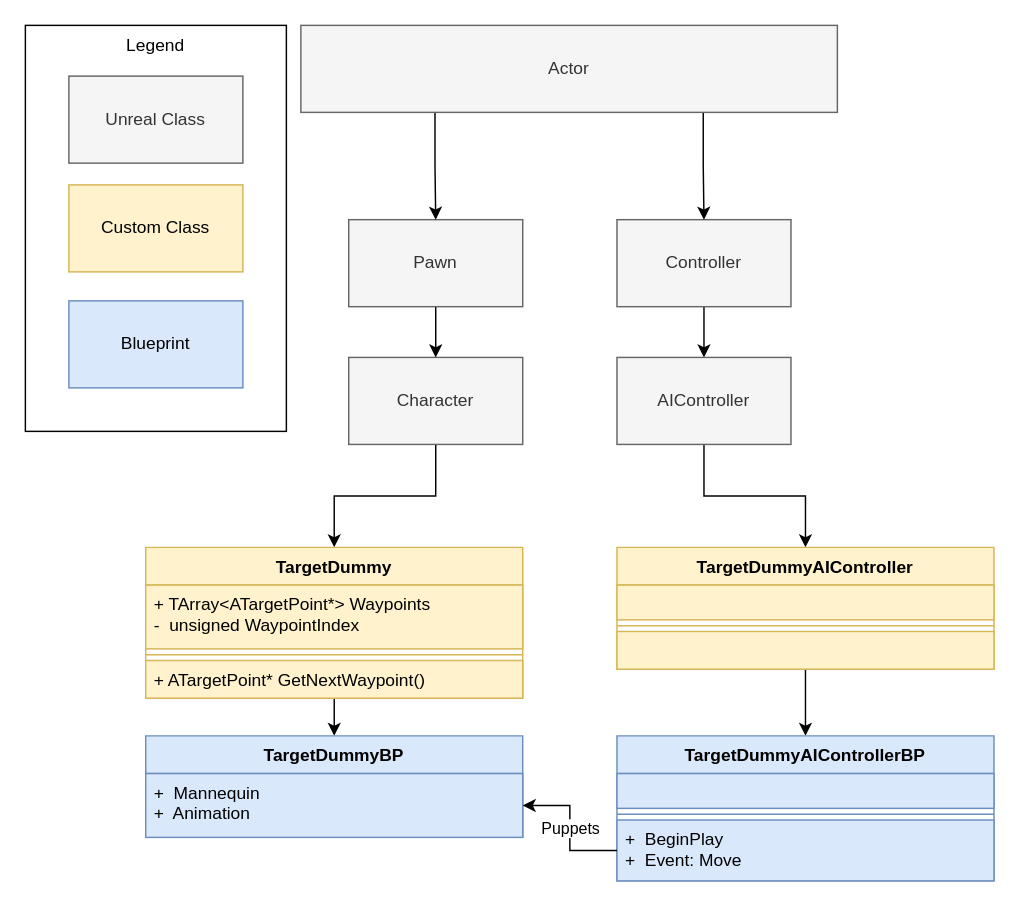
The draw.io diagram UnityDemo.drawio in UCF-CAP-4053/UnityDemo, before the edit. Source tidied: cells renumbered, new cells numbered last; positions are measured from the earlier drawing's top-left corner, leaving out a move shared by most shapes. Both pictures are drawn from the tidied source at 145%, with x=0, y=0 at pixel (25, 25).
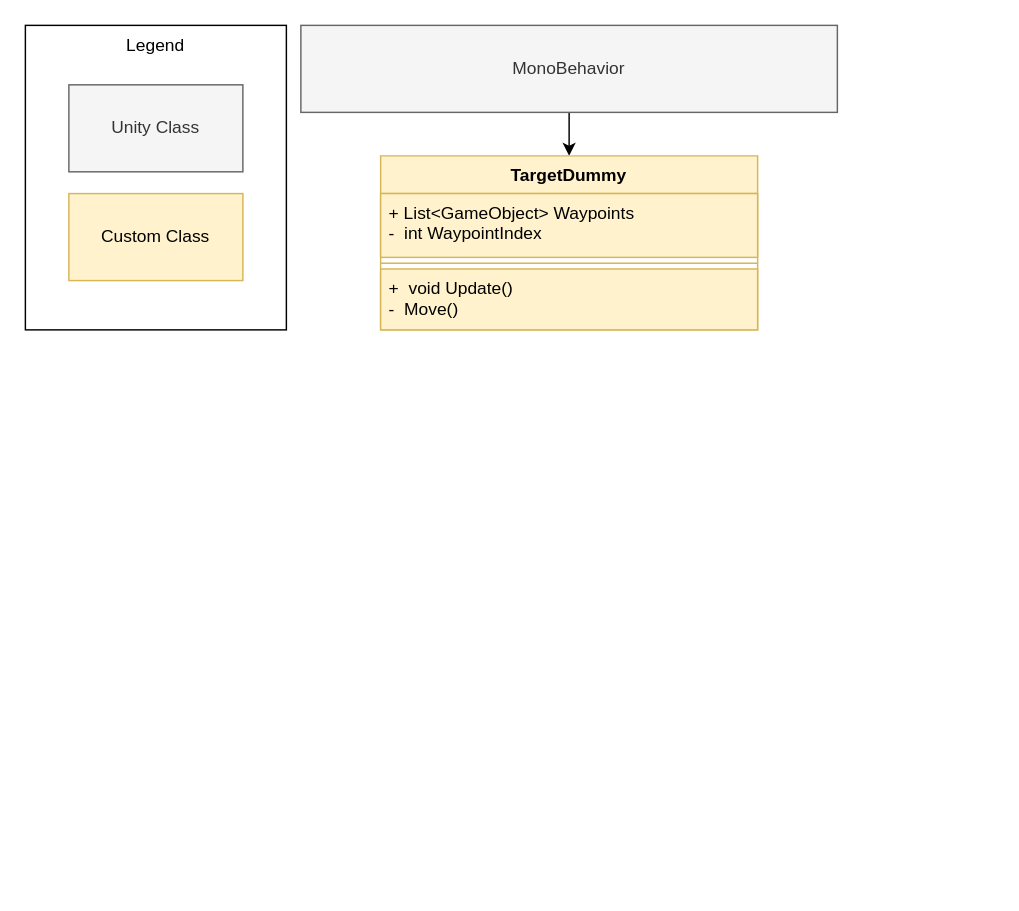
After the change.

Commit message (it also covers changes not shown here):
Add unity demo diagram

The edit, as a diff of the source:
```diff
@@
-    <mxCell id="2" style="edgeStyle=orthogonalEdgeStyle;rounded=0;jettySize=auto;html=1;exitX=0.5;exitY=1;exitDx=0;exitDy=0;entryX=0.5;entryY=0;entryDx=0;entryDy=0;" parent="1" edge="1" source="3" target="18">
-      <mxGeometry relative="1" as="geometry" />
-    </mxCell>
-    <mxCell id="3" value="Character" style="rounded=0;whiteSpace=wrap;html=1;fillColor=#f5f5f5;strokeColor=#666666;fontColor=#333333;" parent="1" vertex="1">
-      <mxGeometry x="223" y="229" width="120" height="60" as="geometry" />
-    </mxCell>
-    <mxCell id="4" style="edgeStyle=orthogonalEdgeStyle;rounded=0;jettySize=auto;html=1;exitX=0.5;exitY=1;exitDx=0;exitDy=0;entryX=0.5;entryY=0;entryDx=0;entryDy=0;" parent="1" edge="1" source="5" target="16">
-      <mxGeometry relative="1" as="geometry" />
-    </mxCell>
-    <mxCell id="5" value="Controller" style="rounded=0;whiteSpace=wrap;html=1;fillColor=#f5f5f5;strokeColor=#666666;fontColor=#333333;" parent="1" vertex="1">
-      <mxGeometry x="408" y="134" width="120" height="60" as="geometry" />
-    </mxCell>
     <mxCell id="6" value="Legend" style="rounded=0;whiteSpace=wrap;html=1;verticalAlign=top;" parent="1" vertex="1">
-      <mxGeometry width="180" height="280" as="geometry" />
+      <mxGeometry width="180" height="210" as="geometry" />
     </mxCell>
-    <mxCell id="7" value="Unreal Class" style="rounded=0;whiteSpace=wrap;html=1;fillColor=#f5f5f5;strokeColor=#666666;fontColor=#333333;" parent="1" vertex="1">
-      <mxGeometry x="30" y="35" width="120" height="60" as="geometry" />
+    <mxCell id="7" value="Unity Class" style="rounded=0;whiteSpace=wrap;html=1;fillColor=#f5f5f5;strokeColor=#666666;fontColor=#333333;" parent="1" vertex="1">
+      <mxGeometry x="30" y="41" width="120" height="60" as="geometry" />
     </mxCell>
     <mxCell id="8" value="Custom Class" style="rounded=0;whiteSpace=wrap;html=1;fillColor=#fff2cc;strokeColor=#d6b656;" parent="1" vertex="1">
-      <mxGeometry x="30" y="110" width="120" height="60" as="geometry" />
+      <mxGeometry x="30" y="116" width="120" height="60" as="geometry" />
     </mxCell>
-    <mxCell id="9" value="Blueprint" style="rounded=0;whiteSpace=wrap;html=1;fillColor=#dae8fc;strokeColor=#6c8ebf;" parent="1" vertex="1">
-      <mxGeometry x="30" y="190" width="120" height="60" as="geometry" />
-    </mxCell>
-    <mxCell id="10" style="edgeStyle=orthogonalEdgeStyle;rounded=0;jettySize=auto;html=1;exitX=0.5;exitY=1;exitDx=0;exitDy=0;entryX=0.5;entryY=0;entryDx=0;entryDy=0;" parent="1" edge="1" source="11" target="3">
-      <mxGeometry relative="1" as="geometry" />
-    </mxCell>
-    <mxCell id="11" value="Pawn" style="rounded=0;whiteSpace=wrap;html=1;fillColor=#f5f5f5;strokeColor=#666666;fontColor=#333333;" parent="1" vertex="1">
-      <mxGeometry x="223" y="134" width="120" height="60" as="geometry" />
-    </mxCell>
-    <mxCell id="12" style="edgeStyle=orthogonalEdgeStyle;rounded=0;jettySize=auto;html=1;exitX=0.25;exitY=1;exitDx=0;exitDy=0;entryX=0.5;entryY=0;entryDx=0;entryDy=0;" parent="1" edge="1" source="14" target="11">
-      <mxGeometry relative="1" as="geometry" />
-    </mxCell>
-    <mxCell id="13" style="edgeStyle=orthogonalEdgeStyle;rounded=0;jettySize=auto;html=1;exitX=0.75;exitY=1;exitDx=0;exitDy=0;entryX=0.5;entryY=0;entryDx=0;entryDy=0;" parent="1" edge="1" source="14" target="5">
-      <mxGeometry relative="1" as="geometry" />
-    </mxCell>
+    <mxCell id="34" style="edgeStyle=orthogonalEdgeStyle;rounded=0;jettySize=auto;html=1;exitX=0.5;exitY=1;exitDx=0;exitDy=0;entryX=0.5;entryY=0;entryDx=0;entryDy=0;" parent="1" edge="1" source="14" target="18">
+      <mxGeometry relative="1" as="geometry" />
+    </mxCell>
-    <mxCell id="14" value="Actor" style="rounded=0;whiteSpace=wrap;html=1;fillColor=#f5f5f5;strokeColor=#666666;fontColor=#333333;" parent="1" vertex="1">
+    <mxCell id="14" value="MonoBehavior" style="rounded=0;whiteSpace=wrap;html=1;fillColor=#f5f5f5;strokeColor=#666666;fontColor=#333333;" parent="1" vertex="1">
       <mxGeometry x="190" width="370" height="60" as="geometry" />
     </mxCell>
-    <mxCell id="15" style="edgeStyle=orthogonalEdgeStyle;rounded=0;jettySize=auto;html=1;exitX=0.5;exitY=1;exitDx=0;exitDy=0;entryX=0.5;entryY=0;entryDx=0;entryDy=0;" parent="1" edge="1" source="16" target="25">
-      <mxGeometry relative="1" as="geometry" />
-    </mxCell>
-    <mxCell id="16" value="AIController" style="rounded=0;whiteSpace=wrap;html=1;fillColor=#f5f5f5;strokeColor=#666666;fontColor=#333333;" parent="1" vertex="1">
-      <mxGeometry x="408" y="229" width="120" height="60" as="geometry" />
-    </mxCell>
-    <mxCell id="17" style="edgeStyle=orthogonalEdgeStyle;rounded=0;jettySize=auto;html=1;exitX=0.5;exitY=1;exitDx=0;exitDy=0;entryX=0.5;entryY=0;entryDx=0;entryDy=0;" parent="1" edge="1" source="18" target="22">
-      <mxGeometry relative="1" as="geometry" />
-    </mxCell>
     <mxCell id="18" value="TargetDummy" style="swimlane;fontStyle=1;align=center;verticalAlign=top;horizontal=1;startSize=26;fillColor=#fff2cc;strokeColor=#d6b656;" parent="1" vertex="1">
-      <mxGeometry x="83" y="360" width="260" height="104" as="geometry" />
+      <mxGeometry x="245" y="90" width="260" height="120" as="geometry" />
     </mxCell>
-    <mxCell id="19" value="+ TArray&lt;ATargetPoint*&gt; Waypoints&#10;-  unsigned WaypointIndex" style="text;strokeColor=#d6b656;fillColor=#fff2cc;align=left;verticalAlign=top;spacingLeft=4;spacingRight=4;overflow=hidden;" parent="18" vertex="1">
-      <mxGeometry y="26" width="260" height="44" as="geometry" />
-    </mxCell>
+    <mxCell id="35" value="+ List&lt;GameObject&gt; Waypoints&#10;-  int WaypointIndex" style="text;strokeColor=#d6b656;fillColor=#fff2cc;align=left;verticalAlign=top;spacingLeft=4;spacingRight=4;overflow=hidden;" parent="18" vertex="1">
+      <mxGeometry y="26" width="260" height="44" as="geometry" />
+    </mxCell>
@@
-    <mxCell id="21" value="+ ATargetPoint* GetNextWaypoint()" style="text;strokeColor=#d6b656;fillColor=#fff2cc;align=left;verticalAlign=top;spacingLeft=4;spacingRight=4;overflow=hidden;" parent="18" vertex="1">
-      <mxGeometry y="78" width="260" height="26" as="geometry" />
-    </mxCell>
-    <mxCell id="22" value="TargetDummyBP" style="swimlane;fontStyle=1;align=center;verticalAlign=top;horizontal=1;startSize=26;fillColor=#dae8fc;strokeColor=#6c8ebf;" parent="1" vertex="1">
-      <mxGeometry x="83" y="490" width="260" height="70" as="geometry" />
-    </mxCell>
-    <mxCell id="23" value="+  Mannequin&#10;+  Animation&#10;" style="text;strokeColor=#6c8ebf;fillColor=#dae8fc;align=left;verticalAlign=top;spacingLeft=4;spacingRight=4;overflow=hidden;points=[[0,0.5],[1,0.5]];portConstraint=eastwest;" parent="22" vertex="1">
-      <mxGeometry y="26" width="260" height="44" as="geometry" />
-    </mxCell>
-    <mxCell id="24" style="edgeStyle=orthogonalEdgeStyle;rounded=0;jettySize=auto;html=1;exitX=0.5;exitY=1;exitDx=0;exitDy=0;entryX=0.5;entryY=0;entryDx=0;entryDy=0;" parent="1" edge="1" source="25" target="29">
-      <mxGeometry relative="1" as="geometry" />
-    </mxCell>
-    <mxCell id="25" value="TargetDummyAIController" style="swimlane;fontStyle=1;align=center;verticalAlign=top;horizontal=1;startSize=26;fillColor=#fff2cc;strokeColor=#d6b656;" parent="1" vertex="1">
-      <mxGeometry x="408" y="360" width="260" height="84" as="geometry" />
-    </mxCell>
-    <mxCell id="26" style="text;strokeColor=#d6b656;fillColor=#fff2cc;align=left;verticalAlign=top;spacingLeft=4;spacingRight=4;overflow=hidden;" parent="25" vertex="1">
-      <mxGeometry y="26" width="260" height="24" as="geometry" />
-    </mxCell>
-    <mxCell id="27" style="line;strokeWidth=1;fillColor=#fff2cc;align=left;verticalAlign=middle;spacingTop=-1;spacingLeft=3;spacingRight=3;labelPosition=right;strokeColor=#d6b656;" parent="25" vertex="1">
-      <mxGeometry y="50" width="260" height="8" as="geometry" />
-    </mxCell>
-    <mxCell id="28" style="text;strokeColor=#d6b656;fillColor=#fff2cc;align=left;verticalAlign=top;spacingLeft=4;spacingRight=4;overflow=hidden;" parent="25" vertex="1">
-      <mxGeometry y="58" width="260" height="26" as="geometry" />
-    </mxCell>
-    <mxCell id="29" value="TargetDummyAIControllerBP" style="swimlane;fontStyle=1;align=center;verticalAlign=top;horizontal=1;startSize=26;fillColor=#dae8fc;strokeColor=#6c8ebf;" parent="1" vertex="1">
-      <mxGeometry x="408" y="490" width="260" height="100" as="geometry" />
-    </mxCell>
-    <mxCell id="30" style="text;strokeColor=#6c8ebf;fillColor=#dae8fc;align=left;verticalAlign=top;spacingLeft=4;spacingRight=4;overflow=hidden;" parent="29" vertex="1">
-      <mxGeometry y="26" width="260" height="24" as="geometry" />
-    </mxCell>
-    <mxCell id="31" style="line;strokeWidth=1;fillColor=#dae8fc;align=left;verticalAlign=middle;spacingTop=-1;spacingLeft=3;spacingRight=3;labelPosition=right;strokeColor=#6c8ebf;" parent="29" vertex="1">
-      <mxGeometry y="50" width="260" height="8" as="geometry" />
-    </mxCell>
-    <mxCell id="32" value="+  BeginPlay&#10;+  Event: Move" style="text;strokeColor=#6c8ebf;fillColor=#dae8fc;align=left;verticalAlign=top;spacingLeft=4;spacingRight=4;overflow=hidden;points=[[0,0.5],[1,0.5]];portConstraint=eastwest;" parent="29" vertex="1">
-      <mxGeometry y="58" width="260" height="42" as="geometry" />
-    </mxCell>
-    <mxCell id="33" value="Puppets" style="edgeStyle=orthogonalEdgeStyle;rounded=0;jettySize=auto;html=1;exitX=0;exitY=0.5;exitDx=0;exitDy=0;entryX=1;entryY=0.5;entryDx=0;entryDy=0;" parent="1" edge="1" source="32" target="23">
-      <mxGeometry relative="1" as="geometry" />
-    </mxCell>
+    <mxCell id="36" value="+  void Update()&#10;-  Move()&#10;" style="text;strokeColor=#d6b656;fillColor=#fff2cc;align=left;verticalAlign=top;spacingLeft=4;spacingRight=4;overflow=hidden;" parent="18" vertex="1">
+      <mxGeometry y="78" width="260" height="42" as="geometry" />
+    </mxCell>
```
